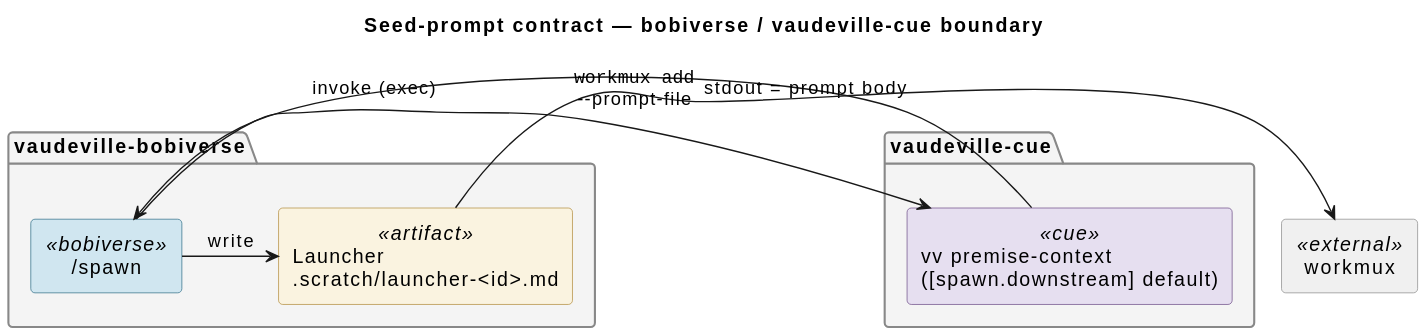
Earlier version of the PlantUML export subsystems/bobiverse/docs/diagrams/seed-prompt-flow.svg (somehowsoftware/vaudeville). Source of this version:
```plantuml
@startuml

title Seed-prompt contract — bobiverse / vaudeville-cue boundary

skinparam shadowing false
skinparam roundCorner 6
skinparam defaultFontName sans-serif

skinparam package {
  BackgroundColor #f4f4f4
  BorderColor #888888
}

skinparam rectangle {
  BackgroundColor<<bobiverse>>  #d0e6f0
  BorderColor<<bobiverse>>      #2a6a85
  BackgroundColor<<cue>>        #e6dff0
  BorderColor<<cue>>            #6a4a85
  BackgroundColor<<artifact>>   #faf3e0
  BorderColor<<artifact>>       #b08a3a
  BackgroundColor<<external>>   #f0f0f0
  BorderColor<<external>>       #888888
}

package "vaudeville-bobiverse" {
  rectangle "/spawn"                      as spawn      <<bobiverse>>
  rectangle "Launcher\n.scratch/launcher-<id>.md" as launcher <<artifact>>
}

package "vaudeville-cue" {
  rectangle "vv premise-context\n([spawn.downstream] default)" as downstream <<cue>>
}

rectangle "workmux" as workmux <<external>>

spawn      -> downstream : invoke (exec)
downstream -> spawn      : stdout = prompt body
spawn      -> launcher   : write
launcher   -> workmux    : ""workmux add""\n--prompt-file
@enduml
```
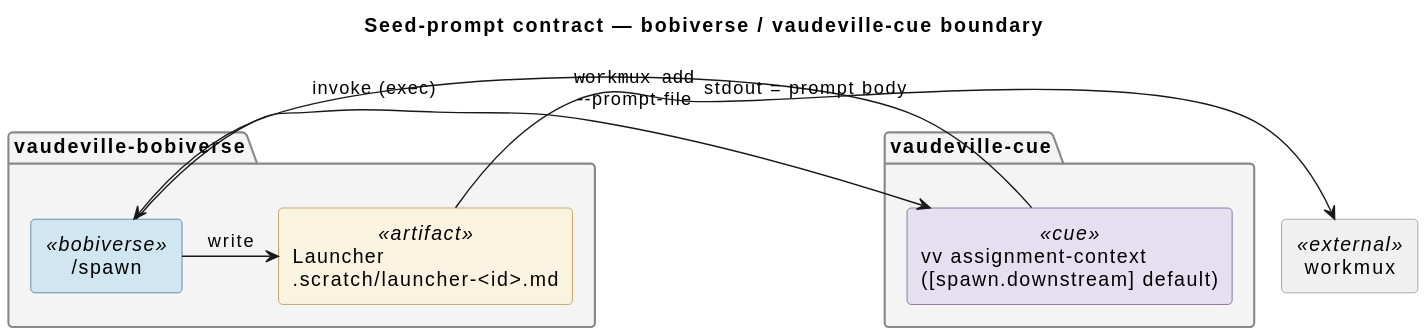
Above is the later version.

Change to the diagram source:
```diff
@@ -28,7 +28,7 @@
 }
 
 package "vaudeville-cue" {
-  rectangle "vv premise-context\n([spawn.downstream] default)" as downstream <<cue>>
+  rectangle "vv assignment-context\n([spawn.downstream] default)" as downstream <<cue>>
 }
 
 rectangle "workmux" as workmux <<external>>
```
